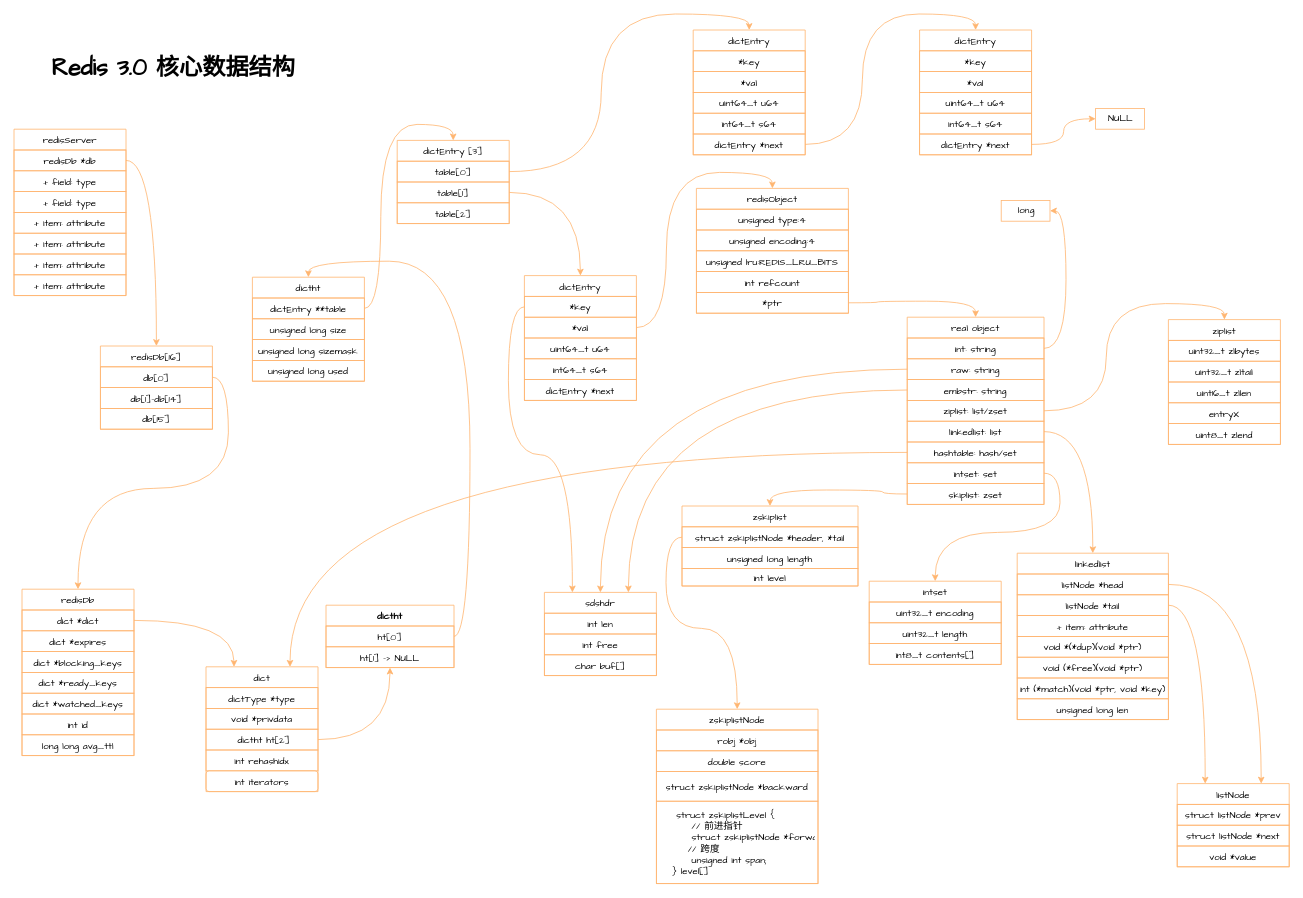
Above: redis-main.drawio in munding/drawio (draw.io), before the change. Source tidied: cells renumbered, new cells numbered last; positions are measured from the earlier drawing's top-left corner, leaving out a move shared by most shapes. Both pictures are drawn from the tidied source at 80%, with x=0, y=0 at pixel (14, 30).
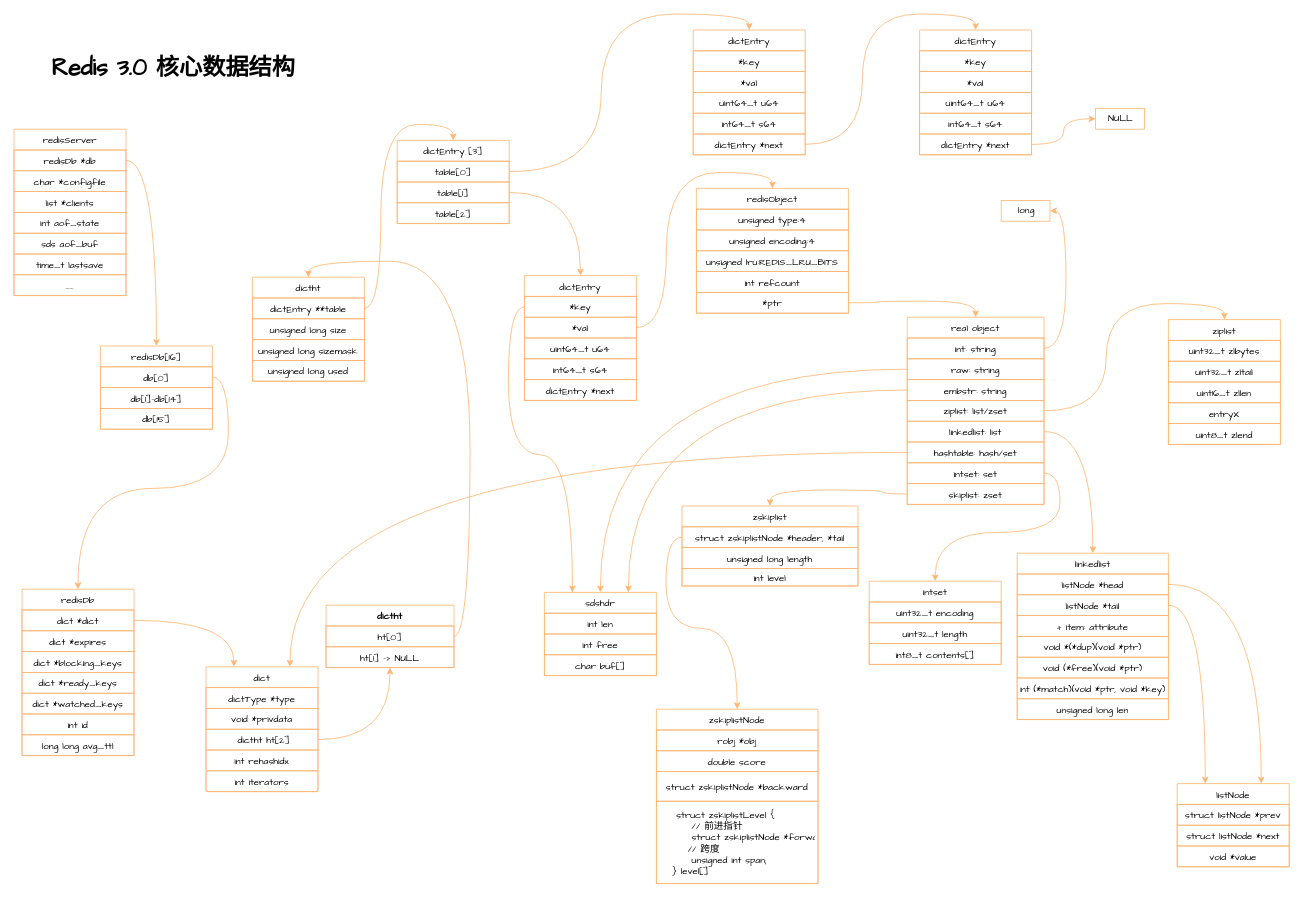
Above is the later version.

The change refers to these unchanged cells:
```xml
<mxCell id="2" value="redisServer" style="swimlane;fontStyle=0;horizontal=1;startSize=26;fillColor=none;rounded=0;strokeColor=#FFB570;align=center;fontFamily=Comic Sans MS;" parent="1" vertex="1">
  <mxGeometry y="124" width="140" height="208" as="geometry" />
</mxCell>
```

Diff of the diagram source:
```diff
@@
-    <mxCell id="4" value="+ field: type" style="text;strokeColor=#FFB570;fillColor=none;align=center;verticalAlign=top;spacingLeft=4;spacingRight=4;overflow=hidden;rounded=0;fontFamily=Comic Sans MS;" parent="2" vertex="1">
+    <mxCell id="4" value="char *configfile" style="text;strokeColor=#FFB570;fillColor=none;align=center;verticalAlign=top;spacingLeft=4;spacingRight=4;overflow=hidden;rounded=0;fontFamily=Comic Sans MS;" parent="2" vertex="1">
       <mxGeometry y="52" width="140" height="26" as="geometry" />
     </mxCell>
-    <mxCell id="5" value="+ field: type" style="text;strokeColor=#FFB570;fillColor=none;align=center;verticalAlign=top;spacingLeft=4;spacingRight=4;overflow=hidden;rounded=0;fontFamily=Comic Sans MS;" parent="2" vertex="1">
+    <mxCell id="5" value="list *clients" style="text;strokeColor=#FFB570;fillColor=none;align=center;verticalAlign=top;spacingLeft=4;spacingRight=4;overflow=hidden;rounded=0;fontFamily=Comic Sans MS;" parent="2" vertex="1">
       <mxGeometry y="78" width="140" height="26" as="geometry" />
     </mxCell>
-    <mxCell id="6" value="+ item: attribute" style="text;strokeColor=#FFB570;fillColor=none;align=center;verticalAlign=top;spacingLeft=4;spacingRight=4;overflow=hidden;rounded=0;fontFamily=Comic Sans MS;" parent="2" vertex="1">
+    <mxCell id="6" value="int aof_state" style="text;strokeColor=#FFB570;fillColor=none;align=center;verticalAlign=top;spacingLeft=4;spacingRight=4;overflow=hidden;rounded=0;fontFamily=Comic Sans MS;" parent="2" vertex="1">
       <mxGeometry y="104" width="140" height="26" as="geometry" />
     </mxCell>
-    <mxCell id="7" value="+ item: attribute" style="text;strokeColor=#FFB570;fillColor=none;align=center;verticalAlign=top;spacingLeft=4;spacingRight=4;overflow=hidden;rounded=0;fontFamily=Comic Sans MS;" parent="2" vertex="1">
+    <mxCell id="7" value="sds aof_buf" style="text;strokeColor=#FFB570;fillColor=none;align=center;verticalAlign=top;spacingLeft=4;spacingRight=4;overflow=hidden;rounded=0;fontFamily=Comic Sans MS;" parent="2" vertex="1">
       <mxGeometry y="130" width="140" height="26" as="geometry" />
     </mxCell>
-    <mxCell id="8" value="+ item: attribute" style="text;strokeColor=#FFB570;fillColor=none;align=center;verticalAlign=top;spacingLeft=4;spacingRight=4;overflow=hidden;rounded=0;fontFamily=Comic Sans MS;" parent="2" vertex="1">
+    <mxCell id="8" value="time_t lastsave" style="text;strokeColor=#FFB570;fillColor=none;align=center;verticalAlign=top;spacingLeft=4;spacingRight=4;overflow=hidden;rounded=0;fontFamily=Comic Sans MS;" parent="2" vertex="1">
       <mxGeometry y="156" width="140" height="26" as="geometry" />
     </mxCell>
-    <mxCell id="9" value="+ item: attribute" style="text;strokeColor=#FFB570;fillColor=none;align=center;verticalAlign=top;spacingLeft=4;spacingRight=4;overflow=hidden;rounded=0;fontFamily=Comic Sans MS;" parent="2" vertex="1">
+    <mxCell id="9" value="......" style="text;strokeColor=#FFB570;fillColor=none;align=center;verticalAlign=top;spacingLeft=4;spacingRight=4;overflow=hidden;rounded=0;fontFamily=Comic Sans MS;" parent="2" vertex="1">
       <mxGeometry y="182" width="140" height="26" as="geometry" />
     </mxCell>
```
